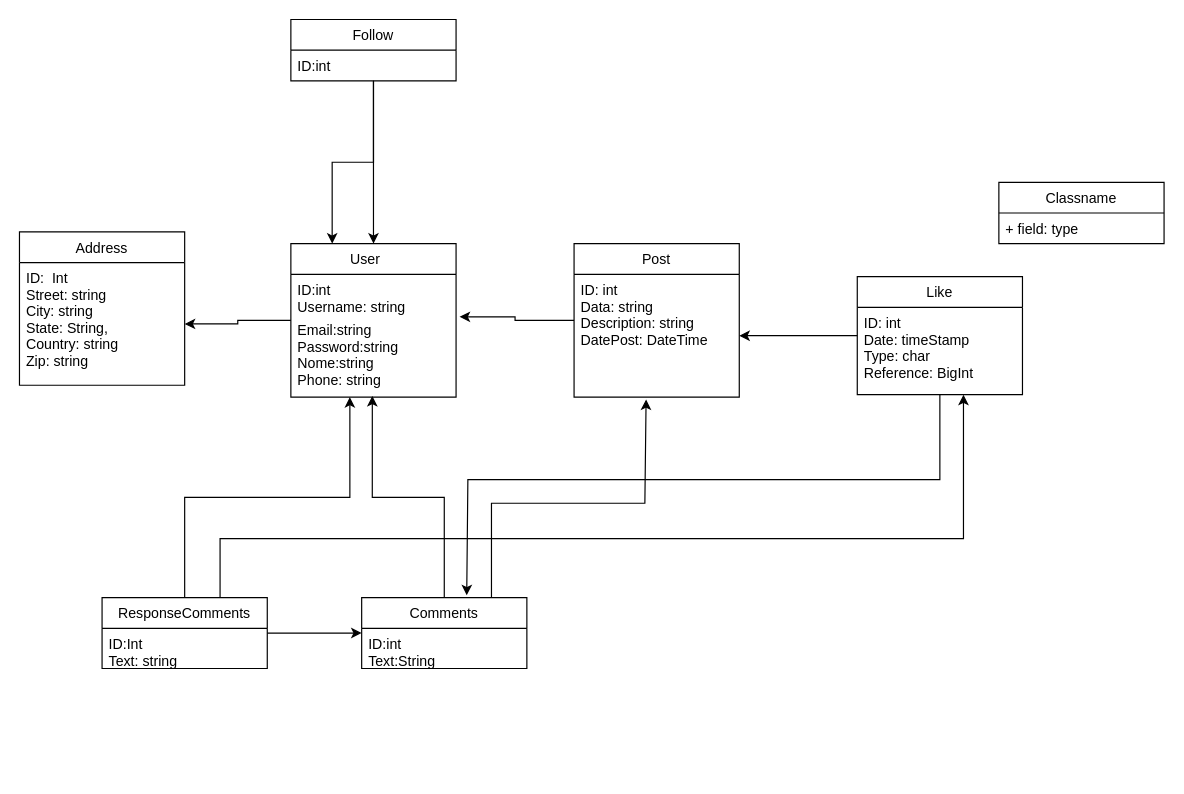
This is Documentation/Diagram Class.drawio from Grinduim/BackEnd-Instagram, a draw.io file, before an edit. Source tidied: cells renumbered, new cells numbered last; positions are measured from the earlier drawing's top-left corner, leaving out a move shared by most shapes. Both pictures are drawn from the tidied source at 118%, with x=0, y=0 at pixel (19, 19).
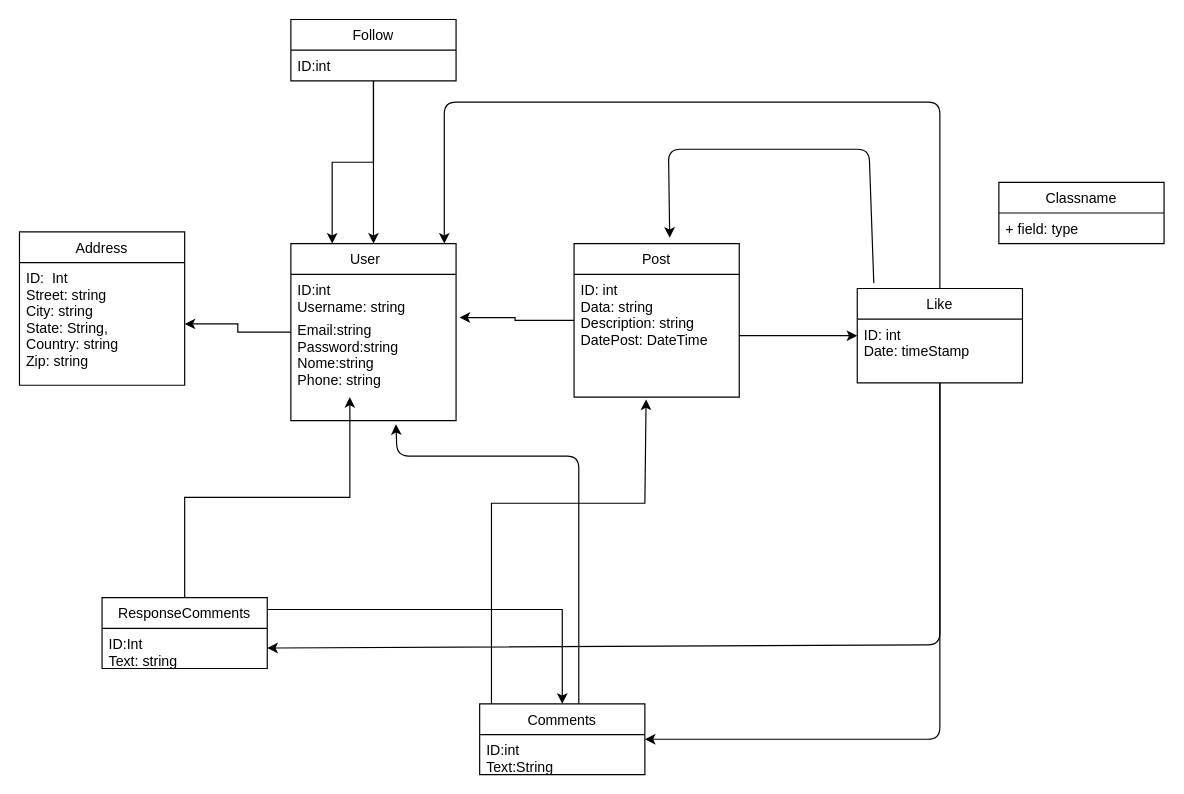
Above is the later version.

The change refers to these unchanged cells:
```xml
<mxCell id="7" value="Post" style="swimlane;fontStyle=0;horizontal=1;startSize=26;fillColor=none;" parent="1" vertex="1">
  <mxGeometry x="470" y="190" width="140" height="130" as="geometry" />
</mxCell>
<mxCell id="8" value="ID: int&#10;Data: string&#10;Description: string&#10;DatePost: DateTime" style="text;strokeColor=none;fillColor=none;align=left;verticalAlign=top;spacingLeft=4;spacingRight=4;overflow=hidden;points=[[0,0.5],[1,0.5]];portConstraint=eastwest;" parent="7" vertex="1">
  <mxGeometry y="26" width="140" height="104" as="geometry" />
</mxCell>
<mxCell id="24" value="ResponseComments" style="swimlane;fontStyle=0;horizontal=1;startSize=26;fillColor=none;" parent="1" vertex="1">
  <mxGeometry x="70" y="490" width="140" height="60" as="geometry" />
</mxCell>
<mxCell id="25" value="ID:Int&#10;Text: string" style="text;strokeColor=none;fillColor=none;align=left;verticalAlign=top;spacingLeft=4;spacingRight=4;overflow=hidden;points=[[0,0.5],[1,0.5]];portConstraint=eastwest;" parent="24" vertex="1">
  <mxGeometry y="26" width="140" height="34" as="geometry" />
</mxCell>
```

Change to the diagram source:
```diff
@@
+    <mxCell id="30" style="edgeStyle=none;html=1;entryX=0.6;entryY=0;entryDx=0;entryDy=0;entryPerimeter=0;startArrow=classic;startFill=1;endArrow=none;endFill=0;exitX=0.636;exitY=1.033;exitDx=0;exitDy=0;exitPerimeter=0;" parent="1" edge="1" source="5" target="17">
+      <mxGeometry relative="1" as="geometry">
+        <Array as="points">
+          <mxPoint x="320" y="370" />
+          <mxPoint x="474" y="370" />
+        </Array>
+      </mxGeometry>
+    </mxCell>
     <mxCell id="3" value="User    " style="swimlane;fontStyle=0;horizontal=1;startSize=26;fillColor=none;" parent="1" vertex="1">
-      <mxGeometry x="230" y="190" width="140" height="130" as="geometry" />
+      <mxGeometry x="230" y="190" width="140" height="150" as="geometry" />
     </mxCell>
@@
     <mxCell id="5" value="Email:string&#10;Password:string&#10;Nome:string&#10;Phone: string" style="text;strokeColor=none;fillColor=none;align=left;verticalAlign=top;spacingLeft=4;spacingRight=4;overflow=hidden;points=[[0,0.5],[1,0.5]];portConstraint=eastwest;" parent="3" vertex="1">
-      <mxGeometry y="60" width="140" height="70" as="geometry" />
+      <mxGeometry y="60" width="140" height="90" as="geometry" />
     </mxCell>
@@
+    <mxCell id="31" style="edgeStyle=none;html=1;startArrow=classic;startFill=1;endArrow=none;endFill=0;entryX=0.1;entryY=-0.057;entryDx=0;entryDy=0;entryPerimeter=0;exitX=0.579;exitY=-0.038;exitDx=0;exitDy=0;exitPerimeter=0;" parent="1" edge="1" source="7" target="13">
+      <mxGeometry relative="1" as="geometry">
+        <Array as="points">
+          <mxPoint x="550" y="110" />
+          <mxPoint x="720" y="110" />
+        </Array>
+      </mxGeometry>
+    </mxCell>
@@
-    <mxCell id="11" style="edgeStyle=orthogonalEdgeStyle;rounded=0;jettySize=auto;html=1;entryX=0.636;entryY=-0.033;entryDx=0;entryDy=0;entryPerimeter=0;" parent="1" edge="1" source="13" target="17">
-      <mxGeometry relative="1" as="geometry">
-        <Array as="points">
-          <mxPoint x="780" y="390" />
-          <mxPoint x="380" y="390" />
-        </Array>
-      </mxGeometry>
-    </mxCell>
-    <mxCell id="12" style="edgeStyle=orthogonalEdgeStyle;rounded=0;jettySize=auto;html=1;" parent="1" edge="1" source="13" target="8">
+    <mxCell id="12" style="edgeStyle=orthogonalEdgeStyle;rounded=0;jettySize=auto;html=1;endArrow=none;endFill=0;startArrow=classic;startFill=1;" parent="1" edge="1" source="13" target="8">
       <mxGeometry relative="1" as="geometry" />
     </mxCell>
+    <mxCell id="32" style="edgeStyle=none;html=1;" parent="1" edge="1" source="13">
+      <mxGeometry relative="1" as="geometry">
+        <mxPoint x="360" y="190" as="targetPoint" />
+        <Array as="points">
+          <mxPoint x="780" y="70" />
+          <mxPoint x="360" y="70" />
+        </Array>
+      </mxGeometry>
+    </mxCell>
     <mxCell id="13" value="Like" style="swimlane;fontStyle=0;horizontal=1;startSize=26;fillColor=none;" parent="1" vertex="1">
-      <mxGeometry x="710" y="218" width="140" height="100" as="geometry" />
+      <mxGeometry x="710" y="228" width="140" height="80" as="geometry" />
     </mxCell>
-    <mxCell id="14" value="ID: int&#10;Date: timeStamp&#10;Type: char&#10;Reference: BigInt" style="text;strokeColor=none;fillColor=none;align=left;verticalAlign=top;spacingLeft=4;spacingRight=4;overflow=hidden;points=[[0,0.5],[1,0.5]];portConstraint=eastwest;" parent="13" vertex="1">
-      <mxGeometry y="26" width="140" height="74" as="geometry" />
+    <mxCell id="14" value="ID: int&#10;Date: timeStamp" style="text;strokeColor=none;fillColor=none;align=left;verticalAlign=top;spacingLeft=4;spacingRight=4;overflow=hidden;points=[[0,0.5],[1,0.5]];portConstraint=eastwest;" parent="13" vertex="1">
+      <mxGeometry y="26" width="140" height="54" as="geometry" />
     </mxCell>
-    <mxCell id="15" style="edgeStyle=orthogonalEdgeStyle;rounded=0;jettySize=auto;html=1;entryX=0.493;entryY=0.986;entryDx=0;entryDy=0;entryPerimeter=0;" parent="1" edge="1" source="17" target="5">
-      <mxGeometry relative="1" as="geometry" />
-    </mxCell>
@@
+    <mxCell id="33" style="edgeStyle=none;html=1;startArrow=classic;startFill=1;endArrow=none;endFill=0;" parent="1" edge="1" source="17" target="14">
+      <mxGeometry relative="1" as="geometry">
+        <Array as="points">
+          <mxPoint x="780" y="610" />
+        </Array>
+      </mxGeometry>
+    </mxCell>
     <mxCell id="17" value="Comments" style="swimlane;fontStyle=0;horizontal=1;startSize=26;fillColor=none;" parent="1" vertex="1">
-      <mxGeometry x="290" y="490" width="140" height="60" as="geometry" />
+      <mxGeometry x="390" y="580" width="140" height="60" as="geometry" />
     </mxCell>
@@
-    <mxCell id="22" style="edgeStyle=orthogonalEdgeStyle;rounded=0;jettySize=auto;html=1;" parent="1" edge="1" source="24" target="14">
-      <mxGeometry relative="1" as="geometry">
-        <Array as="points">
-          <mxPoint x="170" y="440" />
-          <mxPoint x="800" y="440" />
-        </Array>
-      </mxGeometry>
-    </mxCell>
     <mxCell id="23" style="edgeStyle=orthogonalEdgeStyle;rounded=0;jettySize=auto;html=1;" parent="1" edge="1" source="24" target="17">
-      <mxGeometry relative="1" as="geometry" />
+      <mxGeometry relative="1" as="geometry">
+        <Array as="points">
+          <mxPoint x="460" y="500" />
+        </Array>
+      </mxGeometry>
     </mxCell>
@@
+    <mxCell id="34" style="edgeStyle=none;html=1;startArrow=classic;startFill=1;endArrow=none;endFill=0;" parent="1" edge="1" source="25" target="14">
+      <mxGeometry relative="1" as="geometry">
+        <Array as="points">
+          <mxPoint x="780" y="530" />
+        </Array>
+      </mxGeometry>
+    </mxCell>
```
